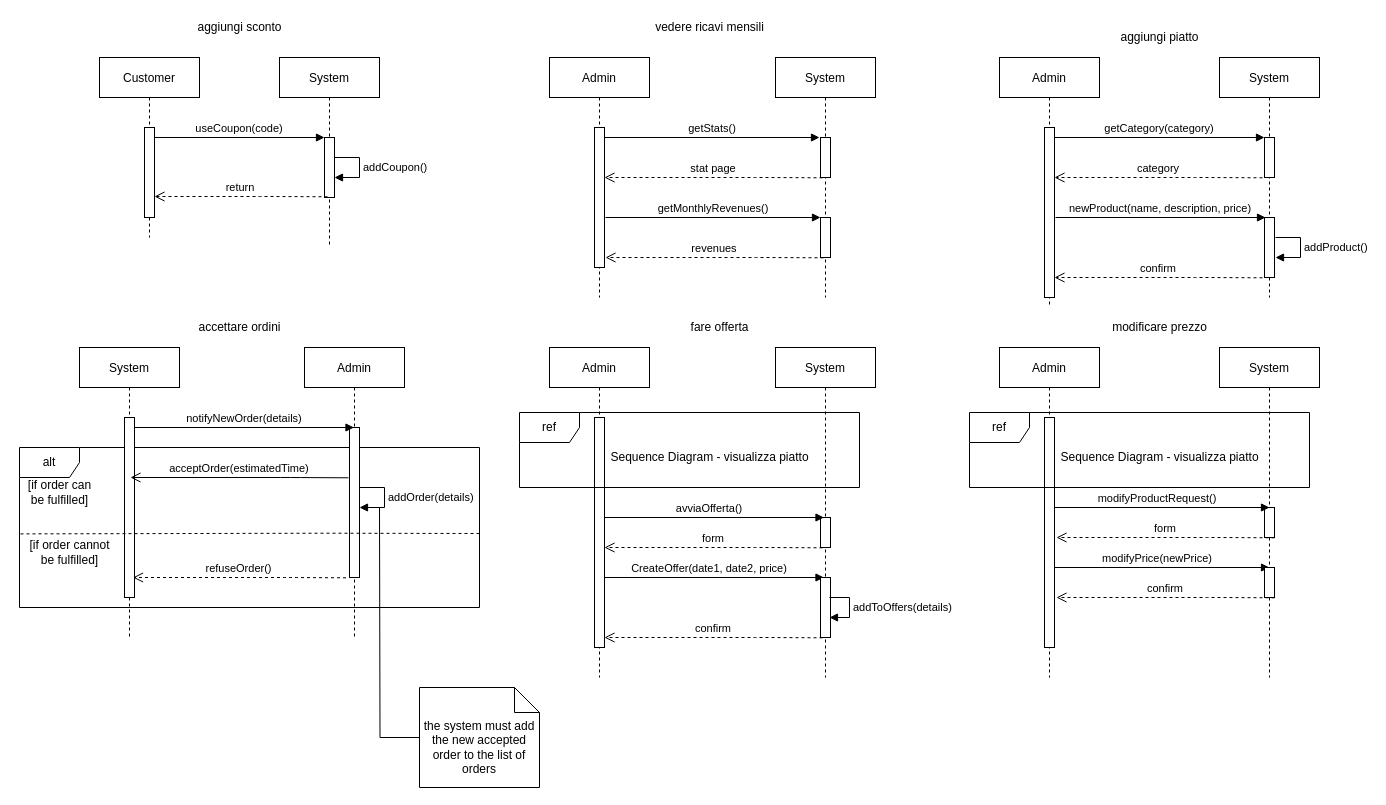
The draw.io diagram documentazione/Selene/sequence.drawio in Flacaro/TasteIt, before the edit. Source tidied: cells renumbered, new cells numbered last; positions are measured from the earlier drawing's top-left corner, leaving out a move shared by most shapes. Both pictures are drawn from the tidied source at 100%, with x=0, y=0 at pixel (17, 17).
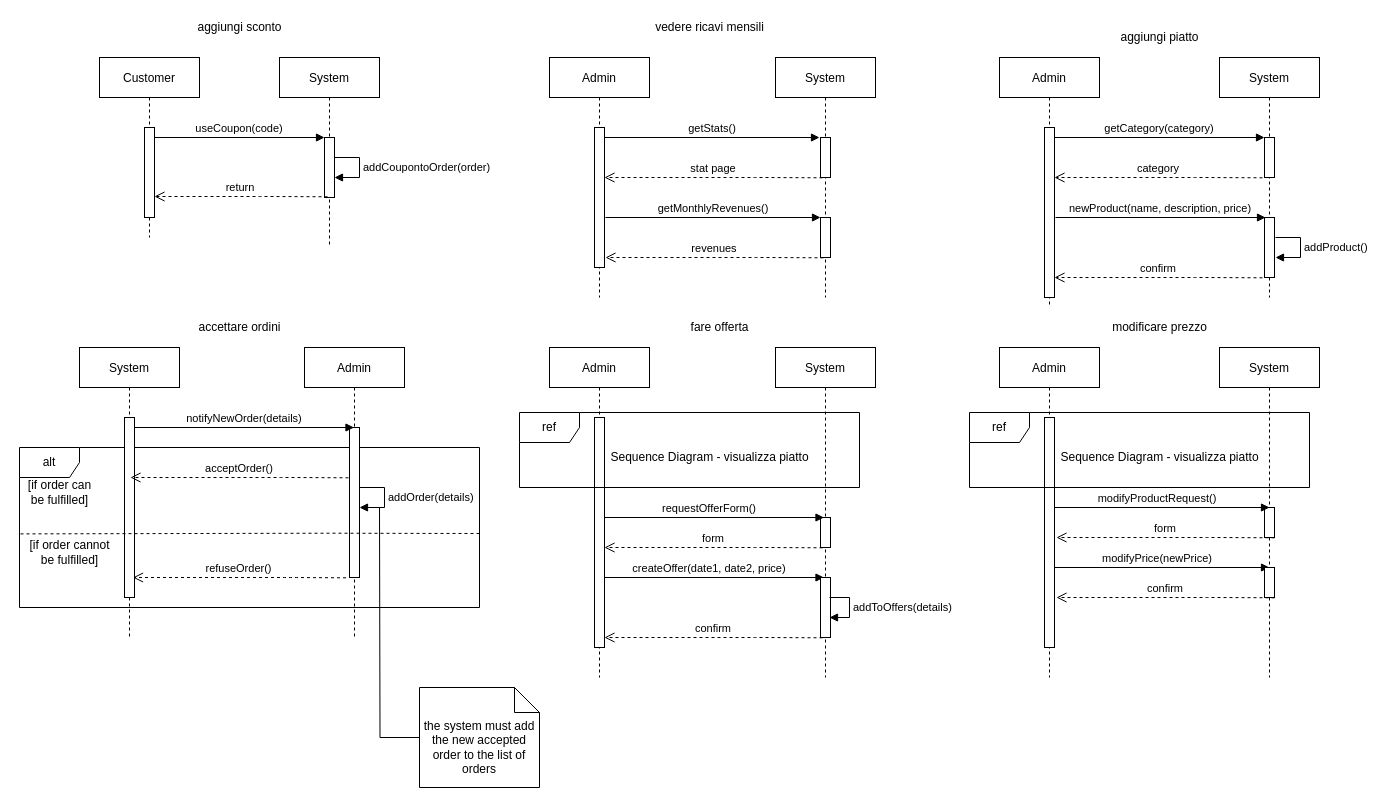
The same diagram, later.

Commit message:
avevo sbagliato una cosa

Change to the diagram source:
```diff
@@
-    <mxCell id="9" value="addCoupon()" style="edgeStyle=orthogonalEdgeStyle;html=1;align=left;spacingLeft=2;endArrow=block;rounded=0;entryX=1;entryY=0;" parent="1" edge="1">
+    <mxCell id="9" value="addCoupontoOrder(order)" style="edgeStyle=orthogonalEdgeStyle;html=1;align=left;spacingLeft=2;endArrow=block;rounded=0;entryX=1;entryY=0;" parent="1" edge="1">
       <mxGeometry relative="1" as="geometry">
         <mxPoint x="317" y="140" as="sourcePoint" />
         <mxPoint x="317" y="160" as="targetPoint" />
         <Array as="points">
           <mxPoint x="342" y="140" />
           <mxPoint x="342" y="160" />
         </Array>
       </mxGeometry>
     </mxCell>
@@
-    <mxCell id="38" value="acceptOrder(estimatedTime)" style="verticalAlign=bottom;endArrow=open;endSize=8;exitX=0.301;exitY=0.988;shadow=0;strokeWidth=1;exitDx=0;exitDy=0;exitPerimeter=0;" parent="1" edge="1">
+    <mxCell id="38" value="acceptOrder()" style="verticalAlign=bottom;endArrow=open;endSize=8;exitX=0.301;exitY=0.988;shadow=0;strokeWidth=1;exitDx=0;exitDy=0;exitPerimeter=0;dashed=1;" parent="1" edge="1">
       <mxGeometry relative="1" as="geometry">
         <mxPoint x="331" y="460.3" as="sourcePoint" />
         <mxPoint x="113" y="460" as="targetPoint" />
         <Array as="points">
           <mxPoint x="273" y="460" />
         </Array>
       </mxGeometry>
     </mxCell>
@@
-    <mxCell id="49" value="avviaOfferta()" style="verticalAlign=bottom;endArrow=block;shadow=0;strokeWidth=1;" parent="1" edge="1">
+    <mxCell id="49" value="requestOfferForm()" style="verticalAlign=bottom;endArrow=block;shadow=0;strokeWidth=1;" parent="1" edge="1">
       <mxGeometry x="-0.04" relative="1" as="geometry">
         <mxPoint x="587" y="500" as="sourcePoint" />
         <mxPoint x="806.5" y="500" as="targetPoint" />
       </mxGeometry>
     </mxCell>
@@
-    <mxCell id="51" value="CreateOffer(date1, date2, price)" style="verticalAlign=bottom;endArrow=block;shadow=0;strokeWidth=1;" parent="1" edge="1">
+    <mxCell id="51" value="createOffer(date1, date2, price)" style="verticalAlign=bottom;endArrow=block;shadow=0;strokeWidth=1;" parent="1" edge="1">
       <mxGeometry x="-0.04" relative="1" as="geometry">
         <mxPoint x="587" y="560" as="sourcePoint" />
         <mxPoint x="806.5" y="560" as="targetPoint" />
       </mxGeometry>
     </mxCell>
```
